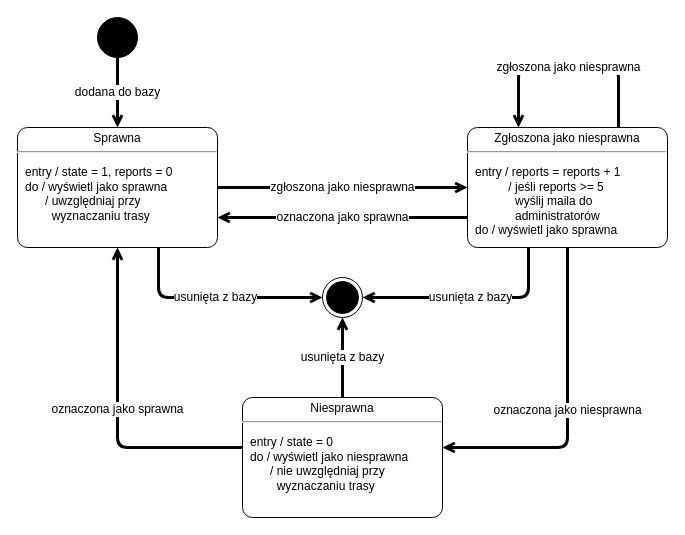
Freeturilo/FreeturiloDocumentation keeps this draw.io diagram as page "Page-1" (1 of 4) of diagramy/diagramstanowstacja.drawio. Above is the earlier version. Source tidied: cells renumbered, new cells numbered last; positions are measured from the earlier drawing's top-left corner, leaving out a move shared by most shapes. Both pictures are drawn from the tidied source at 100%, with x=0, y=0 at pixel (17, 17).
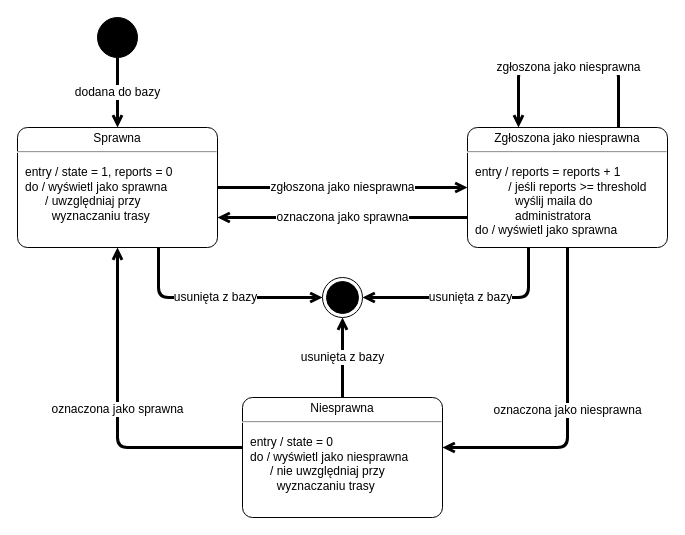
The same page after the edit.

Commit message (it also covers changes not shown here):
Added notification threshold to station state diagram and ui state view

Diff of the diagram source:
```diff
@@
-    <mxCell id="8" value="&lt;p style=&quot;margin: 0px ; margin-top: 4px ; text-align: center&quot;&gt;Zgłoszona jako niesprawna&lt;br&gt;&lt;/p&gt;&lt;hr&gt;&lt;p&gt;&lt;/p&gt;&lt;p style=&quot;margin: 0px ; margin-left: 8px ; text-align: left&quot;&gt;entry / reports = reports + 1&lt;/p&gt;&lt;p style=&quot;margin: 0px ; margin-left: 8px ; text-align: left&quot;&gt;&amp;nbsp;&amp;nbsp;&amp;nbsp;&amp;nbsp;&amp;nbsp;&amp;nbsp;&amp;nbsp;&amp;nbsp;&amp;nbsp; / jeśli reports &amp;gt;= 5&lt;/p&gt;&lt;p style=&quot;margin: 0px ; margin-left: 8px ; text-align: left&quot;&gt;&amp;nbsp;&amp;nbsp;&amp;nbsp;&amp;nbsp;&amp;nbsp;&amp;nbsp;&amp;nbsp;&amp;nbsp;&amp;nbsp;&amp;nbsp;&amp;nbsp; wyślij maila do&lt;/p&gt;&lt;p style=&quot;margin: 0px ; margin-left: 8px ; text-align: left&quot;&gt;&amp;nbsp;&amp;nbsp;&amp;nbsp;&amp;nbsp;&amp;nbsp;&amp;nbsp;&amp;nbsp;&amp;nbsp;&amp;nbsp;&amp;nbsp;&amp;nbsp; administratorów&lt;br&gt;&lt;/p&gt;&lt;p style=&quot;margin: 0px ; margin-left: 8px ; text-align: left&quot;&gt;do / wyświetl jako sprawna&lt;br&gt;&lt;/p&gt;" style="shape=mxgraph.sysml.simpleState;html=1;overflow=fill;whiteSpace=wrap;align=center;" parent="1" vertex="1">
+    <mxCell id="8" value="&lt;p style=&quot;margin: 0px ; margin-top: 4px ; text-align: center&quot;&gt;Zgłoszona jako niesprawna&lt;br&gt;&lt;/p&gt;&lt;hr&gt;&lt;p&gt;&lt;/p&gt;&lt;p style=&quot;margin: 0px ; margin-left: 8px ; text-align: left&quot;&gt;entry / reports = reports + 1&lt;/p&gt;&lt;p style=&quot;margin: 0px ; margin-left: 8px ; text-align: left&quot;&gt;&amp;nbsp;&amp;nbsp;&amp;nbsp;&amp;nbsp;&amp;nbsp;&amp;nbsp;&amp;nbsp;&amp;nbsp;&amp;nbsp; / jeśli reports &amp;gt;= threshold&lt;br&gt;&lt;/p&gt;&lt;p style=&quot;margin: 0px ; margin-left: 8px ; text-align: left&quot;&gt;&amp;nbsp;&amp;nbsp;&amp;nbsp;&amp;nbsp;&amp;nbsp;&amp;nbsp;&amp;nbsp;&amp;nbsp;&amp;nbsp;&amp;nbsp;&amp;nbsp; wyślij maila do&lt;/p&gt;&lt;p style=&quot;margin: 0px ; margin-left: 8px ; text-align: left&quot;&gt;&lt;span style=&quot;white-space: pre&quot;&gt;&#9;&lt;/span&gt;&amp;nbsp;&amp;nbsp;&amp;nbsp; administratora&lt;br&gt;&lt;/p&gt;&lt;p style=&quot;margin: 0px ; margin-left: 8px ; text-align: left&quot;&gt;do / wyświetl jako sprawna&lt;br&gt;&lt;/p&gt;" style="shape=mxgraph.sysml.simpleState;html=1;overflow=fill;whiteSpace=wrap;align=center;" parent="1" vertex="1">
       <mxGeometry x="450" y="110" width="200" height="120" as="geometry" />
     </mxCell>
```
